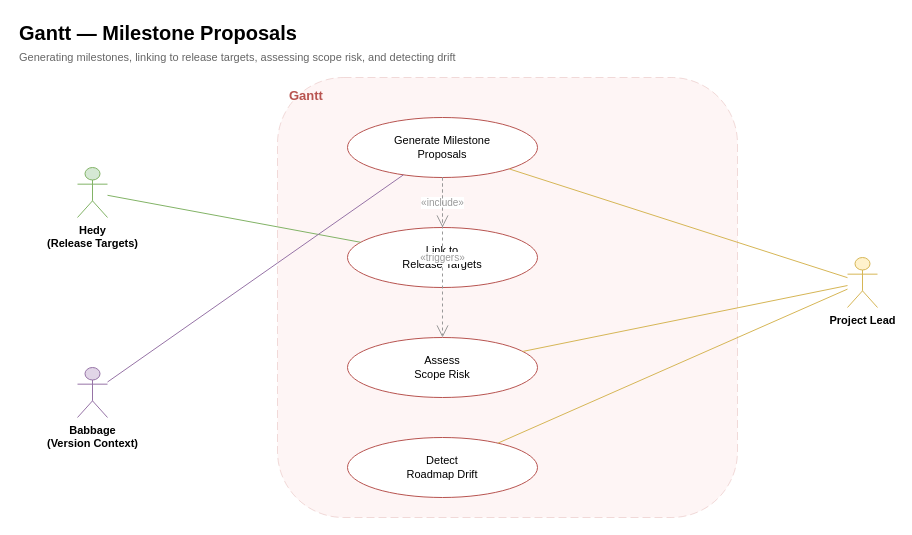
Above: page "3 — Milestone Proposals" (3 of 4) of docs/diagrams/workforce/GANTT_USE_CASE.drawio in jmac-cornelis/agent-workforce (draw.io), before the change. Source tidied: cells renumbered, new cells numbered last; positions are measured from the earlier drawing's top-left corner, leaving out a move shared by most shapes. Both pictures are drawn from the tidied source at 100%, with x=0, y=0 at pixel (17, 17).
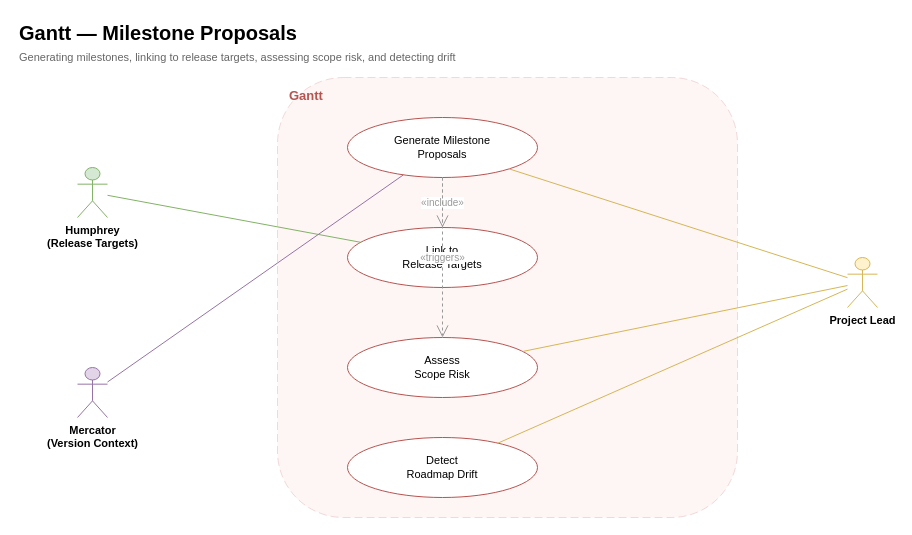
Above is the later version.

What changed in the source:
```diff
@@
 <mxGraphModel>
   <root>
     <mxCell id="0" />
     <mxCell id="1" parent="0" />
     <mxCell id="2" value="Gantt — Milestone Proposals" style="text;html=1;strokeColor=none;fillColor=none;align=left;verticalAlign=middle;fontSize=20;fontStyle=1;" parent="1" vertex="1">
       <mxGeometry width="450" height="30" as="geometry" />
     </mxCell>
     <mxCell id="3" value="Generating milestones, linking to release targets, assessing scope risk, and detecting drift" style="text;html=1;strokeColor=none;fillColor=none;align=left;verticalAlign=middle;fontSize=11;fontColor=#666666;" parent="1" vertex="1">
       <mxGeometry y="30" width="600" height="20" as="geometry" />
     </mxCell>
     <mxCell id="4" style="rounded=1;whiteSpace=wrap;html=1;fillColor=#f8cecc;strokeColor=#b85450;opacity=20;dashed=1;dashPattern=8 4;" parent="1" vertex="1">
       <mxGeometry x="260" y="60" width="460" height="440" as="geometry" />
     </mxCell>
     <mxCell id="5" value="Gantt" style="text;html=1;strokeColor=none;fillColor=none;align=left;verticalAlign=middle;fontSize=13;fontStyle=1;fontColor=#b85450;" parent="1" vertex="1">
       <mxGeometry x="270" y="65" width="80" height="25" as="geometry" />
     </mxCell>
-    <mxCell id="6" value="Hedy&lt;br&gt;(Release Targets)" style="shape=umlActor;verticalLabelPosition=bottom;verticalAlign=top;html=1;outlineConnect=0;fontSize=11;fontStyle=1;fillColor=#d5e8d4;strokeColor=#82b366;" parent="1" vertex="1">
+    <mxCell id="6" value="Humphrey&lt;br&gt;(Release Targets)" style="shape=umlActor;verticalLabelPosition=bottom;verticalAlign=top;html=1;outlineConnect=0;fontSize=11;fontStyle=1;fillColor=#d5e8d4;strokeColor=#82b366;" parent="1" vertex="1">
       <mxGeometry x="60" y="150" width="30" height="50" as="geometry" />
     </mxCell>
-    <mxCell id="7" value="Babbage&lt;br&gt;(Version Context)" style="shape=umlActor;verticalLabelPosition=bottom;verticalAlign=top;html=1;outlineConnect=0;fontSize=11;fontStyle=1;fillColor=#e1d5e7;strokeColor=#9673a6;" parent="1" vertex="1">
+    <mxCell id="7" value="Mercator&lt;br&gt;(Version Context)" style="shape=umlActor;verticalLabelPosition=bottom;verticalAlign=top;html=1;outlineConnect=0;fontSize=11;fontStyle=1;fillColor=#e1d5e7;strokeColor=#9673a6;" parent="1" vertex="1">
       <mxGeometry x="60" y="350" width="30" height="50" as="geometry" />
     </mxCell>
     <mxCell id="8" value="Project Lead" style="shape=umlActor;verticalLabelPosition=bottom;verticalAlign=top;html=1;outlineConnect=0;fontSize=11;fontStyle=1;fillColor=#fff2cc;strokeColor=#d6b656;" parent="1" vertex="1">
       <mxGeometry x="830" y="240" width="30" height="50" as="geometry" />
     </mxCell>
     <mxCell id="9" value="Generate Milestone&lt;br&gt;Proposals" style="ellipse;whiteSpace=wrap;html=1;fillColor=#ffffff;strokeColor=#b85450;fontSize=11;" parent="1" vertex="1">
       <mxGeometry x="330" y="100" width="190" height="60" as="geometry" />
     </mxCell>
     <mxCell id="10" value="Link to&lt;br&gt;Release Targets" style="ellipse;whiteSpace=wrap;html=1;fillColor=#ffffff;strokeColor=#b85450;fontSize=11;" parent="1" vertex="1">
       <mxGeometry x="330" y="210" width="190" height="60" as="geometry" />
     </mxCell>
     <mxCell id="11" value="Assess&lt;br&gt;Scope Risk" style="ellipse;whiteSpace=wrap;html=1;fillColor=#ffffff;strokeColor=#b85450;fontSize=11;" parent="1" vertex="1">
       <mxGeometry x="330" y="320" width="190" height="60" as="geometry" />
     </mxCell>
     <mxCell id="12" value="Detect&lt;br&gt;Roadmap Drift" style="ellipse;whiteSpace=wrap;html=1;fillColor=#ffffff;strokeColor=#b85450;fontSize=11;" parent="1" vertex="1">
       <mxGeometry x="330" y="420" width="190" height="60" as="geometry" />
     </mxCell>
     <mxCell id="13" style="endArrow=none;html=1;strokeColor=#82b366;" parent="1" edge="1" source="6" target="10">
       <mxGeometry relative="1" as="geometry" />
     </mxCell>
     <mxCell id="14" style="endArrow=none;html=1;strokeColor=#9673a6;" parent="1" edge="1" source="7" target="9">
       <mxGeometry relative="1" as="geometry" />
     </mxCell>
     <mxCell id="15" style="endArrow=none;html=1;strokeColor=#d6b656;" parent="1" edge="1" source="9" target="8">
       <mxGeometry relative="1" as="geometry" />
     </mxCell>
     <mxCell id="16" style="endArrow=none;html=1;strokeColor=#d6b656;" parent="1" edge="1" source="11" target="8">
       <mxGeometry relative="1" as="geometry" />
     </mxCell>
     <mxCell id="17" style="endArrow=none;html=1;strokeColor=#d6b656;" parent="1" edge="1" source="12" target="8">
       <mxGeometry relative="1" as="geometry" />
     </mxCell>
     <mxCell id="18" value="&amp;laquo;include&amp;raquo;" style="endArrow=open;endSize=10;dashed=1;html=1;strokeColor=#999999;fontSize=10;fontColor=#999999;" parent="1" edge="1" source="9" target="10">
       <mxGeometry relative="1" as="geometry" />
     </mxCell>
     <mxCell id="19" value="&amp;laquo;triggers&amp;raquo;" style="endArrow=open;endSize=10;dashed=1;html=1;strokeColor=#999999;fontSize=10;fontColor=#999999;" parent="1" edge="1" source="9" target="11">
       <mxGeometry relative="1" as="geometry" />
     </mxCell>
   </root>
 </mxGraphModel>
```
